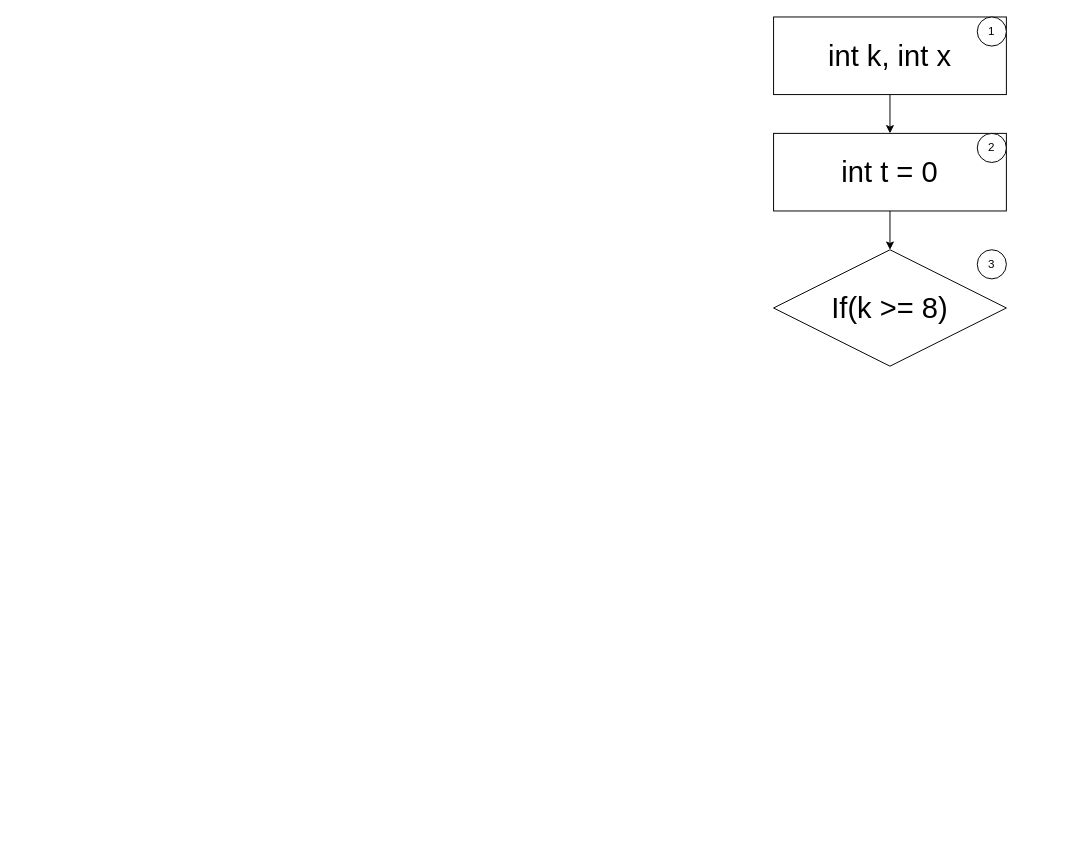
This is WhiteBox.drawio from HARKINGS/UML, a draw.io file, before an edit. Source tidied: cells renumbered, new cells numbered last; positions are measured from the earlier drawing's top-left corner, leaving out a move shared by most shapes. Both pictures are drawn from the tidied source at 97%, with x=0, y=0 at pixel (773, 16).
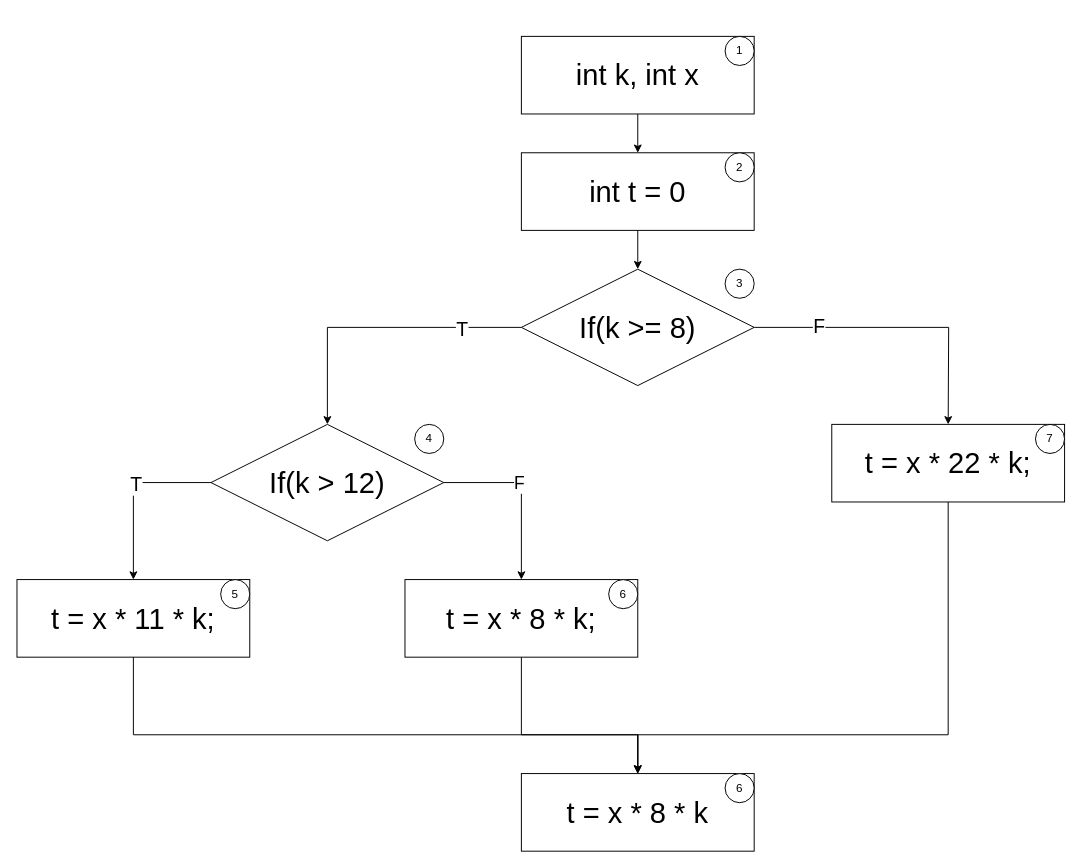
The same page after the edit.

Commit message (it also covers changes not shown here):
Cập nhật WhiteBox.drawio

The change refers to these unchanged cells:
```xml
<mxCell id="4" value="&lt;font style=&quot;font-size: 30px;&quot;&gt;int k, int x&lt;/font&gt;" style="rounded=0;whiteSpace=wrap;html=1;" parent="3" vertex="1">
  <mxGeometry width="240" height="80" as="geometry" />
</mxCell>
<mxCell id="7" value="&lt;font style=&quot;font-size: 30px;&quot;&gt;int t = 0&lt;/font&gt;" style="rounded=0;whiteSpace=wrap;html=1;" parent="6" vertex="1">
  <mxGeometry width="240" height="80" as="geometry" />
</mxCell>
```

Diff of the diagram source:
```diff
@@
+    <mxCell id="12" style="group;" parent="1" vertex="1">
+      <mxGeometry x="-780" y="20" width="1080" height="840" as="geometry" />
+    </mxCell>
-    <mxCell id="2" style="edgeStyle=orthogonalEdgeStyle;rounded=0;jettySize=auto;html=1;entryX=0.5;entryY=0;entryDx=0;entryDy=0;" parent="1" edge="1" source="4" target="7">
+    <mxCell id="2" style="edgeStyle=orthogonalEdgeStyle;rounded=0;jettySize=auto;html=1;entryX=0.5;entryY=0;entryDx=0;entryDy=0;" parent="12" edge="1" source="4" target="7">
       <mxGeometry relative="1" as="geometry" />
     </mxCell>
-    <mxCell id="3" style="group;" parent="1" vertex="1">
-      <mxGeometry width="240" height="80" as="geometry" />
+    <mxCell id="3" style="group;" parent="12" vertex="1">
+      <mxGeometry x="520" width="240" height="80" as="geometry" />
     </mxCell>
@@
-    <mxCell id="6" style="group;" parent="1" vertex="1">
-      <mxGeometry y="120" width="240" height="80" as="geometry" />
+    <mxCell id="6" style="group;" parent="12" vertex="1">
+      <mxGeometry x="520" y="120" width="240" height="80" as="geometry" />
     </mxCell>
@@
+    <mxCell id="10" style="edgeStyle=orthogonalEdgeStyle;rounded=0;jettySize=auto;html=1;exitX=0.5;exitY=1;exitDx=0;exitDy=0;entryX=0.5;entryY=0;entryDx=0;entryDy=0;" parent="12" edge="1" source="7" target="9">
+      <mxGeometry relative="1" as="geometry" />
+    </mxCell>
+    <mxCell id="13" style="group;" parent="12" vertex="1">
+      <mxGeometry x="520" y="240" width="240" height="120" as="geometry" />
+    </mxCell>
+    <mxCell id="14" style="edgeStyle=orthogonalEdgeStyle;rounded=0;jettySize=auto;html=1;" parent="13" edge="1" source="9">
+      <mxGeometry relative="1" as="geometry">
+        <mxPoint x="440" y="160" as="targetPoint" />
+      </mxGeometry>
+    </mxCell>
+    <mxCell id="15" value="&lt;font style=&quot;font-size: 20px;&quot;&gt;F&lt;/font&gt;" style="edgeLabel;html=1;align=center;verticalAlign=middle;" parent="14" vertex="1">
+      <mxGeometry x="-0.56" y="3" relative="1" as="geometry" />
+    </mxCell>
-    <mxCell id="9" value="&lt;font style=&quot;font-size: 30px;&quot;&gt;If(k &amp;gt;= 8)&lt;/font&gt;" style="rhombus;whiteSpace=wrap;html=1;" parent="1" vertex="1">
-      <mxGeometry y="240" width="240" height="120" as="geometry" />
+    <mxCell id="9" value="&lt;font style=&quot;font-size: 30px;&quot;&gt;If(k &amp;gt;= 8)&lt;/font&gt;" style="rhombus;whiteSpace=wrap;html=1;" parent="13" vertex="1">
+      <mxGeometry width="240" height="120" as="geometry" />
     </mxCell>
-    <mxCell id="10" style="edgeStyle=orthogonalEdgeStyle;rounded=0;jettySize=auto;html=1;exitX=0.5;exitY=1;exitDx=0;exitDy=0;entryX=0.5;entryY=0;entryDx=0;entryDy=0;" parent="1" edge="1" source="7" target="9">
-      <mxGeometry relative="1" as="geometry" />
-    </mxCell>
-    <mxCell id="11" value="3" style="ellipse;whiteSpace=wrap;html=1;" parent="1" vertex="1">
-      <mxGeometry x="210" y="240" width="30" height="30" as="geometry" />
+    <mxCell id="11" value="3" style="ellipse;whiteSpace=wrap;html=1;" parent="13" vertex="1">
+      <mxGeometry x="210" width="30" height="30" as="geometry" />
     </mxCell>
+    <mxCell id="16" style="group;" parent="12" vertex="1">
+      <mxGeometry x="200" y="400" width="240" height="120" as="geometry" />
+    </mxCell>
+    <mxCell id="17" value="&lt;font style=&quot;font-size: 30px;&quot;&gt;If(k &amp;gt; 12)&lt;/font&gt;" style="rhombus;whiteSpace=wrap;html=1;" parent="16" vertex="1">
+      <mxGeometry width="240" height="120" as="geometry" />
+    </mxCell>
+    <mxCell id="18" value="4" style="ellipse;whiteSpace=wrap;html=1;" parent="16" vertex="1">
+      <mxGeometry x="210" width="30" height="30" as="geometry" />
+    </mxCell>
+    <mxCell id="19" style="group;" parent="12" vertex="1">
+      <mxGeometry y="560" width="240" height="80" as="geometry" />
+    </mxCell>
+    <mxCell id="20" value="&lt;font style=&quot;font-size: 30px;&quot;&gt;t = x * 11 * k;&lt;/font&gt;" style="rounded=0;whiteSpace=wrap;html=1;" parent="19" vertex="1">
+      <mxGeometry width="240" height="80" as="geometry" />
+    </mxCell>
+    <mxCell id="21" value="5" style="ellipse;whiteSpace=wrap;html=1;" parent="19" vertex="1">
+      <mxGeometry x="210" width="30" height="30" as="geometry" />
+    </mxCell>
+    <mxCell id="22" style="group;" parent="12" vertex="1">
+      <mxGeometry x="400" y="560" width="240" height="80" as="geometry" />
+    </mxCell>
+    <mxCell id="23" value="&lt;font style=&quot;font-size: 30px;&quot;&gt;t = x * 8 * k;&lt;/font&gt;" style="rounded=0;whiteSpace=wrap;html=1;" parent="22" vertex="1">
+      <mxGeometry width="240" height="80" as="geometry" />
+    </mxCell>
+    <mxCell id="24" value="6" style="ellipse;whiteSpace=wrap;html=1;" parent="22" vertex="1">
+      <mxGeometry x="210" width="30" height="30" as="geometry" />
+    </mxCell>
+    <mxCell id="25" style="edgeStyle=orthogonalEdgeStyle;rounded=0;jettySize=auto;html=1;exitX=0;exitY=0.5;exitDx=0;exitDy=0;" parent="12" edge="1" source="9" target="17">
+      <mxGeometry relative="1" as="geometry" />
+    </mxCell>
+    <mxCell id="26" value="&lt;font style=&quot;font-size: 20px;&quot;&gt;T&lt;/font&gt;" style="edgeLabel;html=1;align=center;verticalAlign=middle;" parent="25" vertex="1">
+      <mxGeometry x="-0.59" relative="1" as="geometry" />
+    </mxCell>
+    <mxCell id="27" style="edgeStyle=orthogonalEdgeStyle;rounded=0;jettySize=auto;html=1;entryX=0.5;entryY=0;entryDx=0;entryDy=0;" parent="12" edge="1" source="17" target="20">
+      <mxGeometry relative="1" as="geometry">
+        <Array as="points">
+          <mxPoint x="120" y="460" />
+        </Array>
+      </mxGeometry>
+    </mxCell>
+    <mxCell id="28" value="&lt;font style=&quot;font-size: 20px;&quot;&gt;T&lt;/font&gt;" style="edgeLabel;html=1;align=center;verticalAlign=middle;" parent="27" vertex="1">
+      <mxGeometry x="-0.13" relative="1" as="geometry" />
+    </mxCell>
+    <mxCell id="29" style="edgeStyle=orthogonalEdgeStyle;rounded=0;jettySize=auto;html=1;exitX=1;exitY=0.5;exitDx=0;exitDy=0;entryX=0.5;entryY=0;entryDx=0;entryDy=0;" parent="12" edge="1" source="17" target="23">
+      <mxGeometry relative="1" as="geometry" />
+    </mxCell>
+    <mxCell id="30" value="&lt;font style=&quot;font-size: 18px;&quot;&gt;F&lt;/font&gt;" style="edgeLabel;html=1;align=center;verticalAlign=middle;" parent="29" vertex="1">
+      <mxGeometry x="-0.15" relative="1" as="geometry" />
+    </mxCell>
+    <mxCell id="31" style="group;" parent="12" vertex="1">
+      <mxGeometry x="840" y="400" width="240" height="80" as="geometry" />
+    </mxCell>
+    <mxCell id="32" value="&lt;font style=&quot;font-size: 30px;&quot;&gt;t = x * 22 * k;&lt;/font&gt;" style="rounded=0;whiteSpace=wrap;html=1;" parent="31" vertex="1">
+      <mxGeometry width="240" height="80" as="geometry" />
+    </mxCell>
+    <mxCell id="33" value="7" style="ellipse;whiteSpace=wrap;html=1;" parent="31" vertex="1">
+      <mxGeometry x="210" width="30" height="30" as="geometry" />
+    </mxCell>
+    <mxCell id="34" style="group;" parent="12" vertex="1">
+      <mxGeometry x="520" y="760" width="240" height="80" as="geometry" />
+    </mxCell>
+    <mxCell id="35" value="&lt;font style=&quot;font-size: 30px;&quot;&gt;t = x * 8 * k&lt;/font&gt;" style="rounded=0;whiteSpace=wrap;html=1;" parent="34" vertex="1">
+      <mxGeometry width="240" height="80" as="geometry" />
+    </mxCell>
+    <mxCell id="36" value="6" style="ellipse;whiteSpace=wrap;html=1;" parent="34" vertex="1">
+      <mxGeometry x="210" width="30" height="30" as="geometry" />
+    </mxCell>
+    <mxCell id="37" style="edgeStyle=orthogonalEdgeStyle;rounded=0;jettySize=auto;html=1;" parent="12" edge="1" source="20" target="35">
+      <mxGeometry relative="1" as="geometry">
+        <Array as="points">
+          <mxPoint x="120" y="720" />
+          <mxPoint x="640" y="720" />
+        </Array>
+      </mxGeometry>
+    </mxCell>
+    <mxCell id="38" style="edgeStyle=orthogonalEdgeStyle;rounded=0;jettySize=auto;html=1;entryX=0.5;entryY=0;entryDx=0;entryDy=0;" parent="12" edge="1" source="23" target="35">
+      <mxGeometry relative="1" as="geometry">
+        <Array as="points">
+          <mxPoint x="520" y="720" />
+          <mxPoint x="640" y="720" />
+        </Array>
+      </mxGeometry>
+    </mxCell>
+    <mxCell id="39" style="edgeStyle=orthogonalEdgeStyle;rounded=0;jettySize=auto;html=1;exitX=0.5;exitY=1;exitDx=0;exitDy=0;entryX=0.5;entryY=0;entryDx=0;entryDy=0;" parent="12" edge="1" source="32" target="35">
+      <mxGeometry relative="1" as="geometry">
+        <Array as="points">
+          <mxPoint x="960" y="720" />
+          <mxPoint x="640" y="720" />
+        </Array>
+      </mxGeometry>
+    </mxCell>
```
